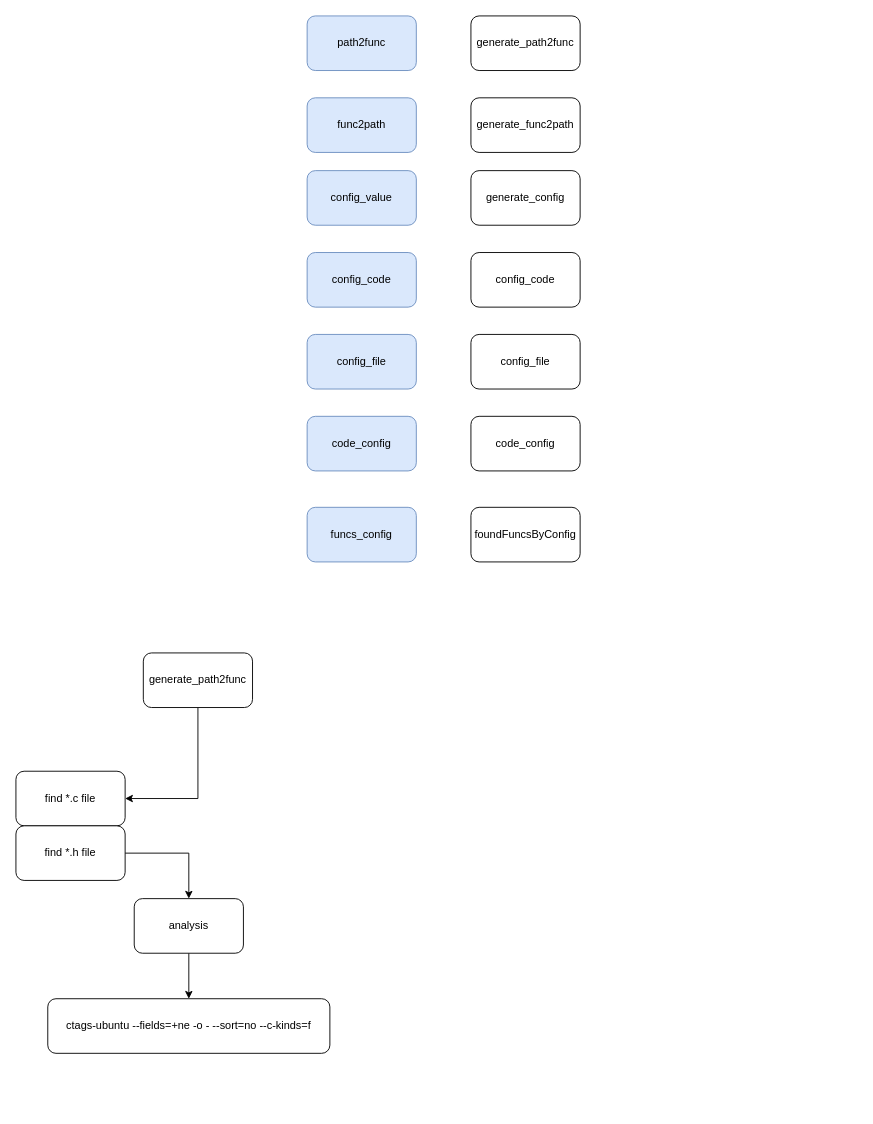
The draw.io diagram configExtract.drawio in hubblezzhu/frr_learning, before the edit. Source tidied: cells renumbered, new cells numbered last; positions are measured from the earlier drawing's top-left corner, leaving out a move shared by most shapes. Both pictures are drawn from the tidied source at 91%, with x=0, y=0 at pixel (15, 15).
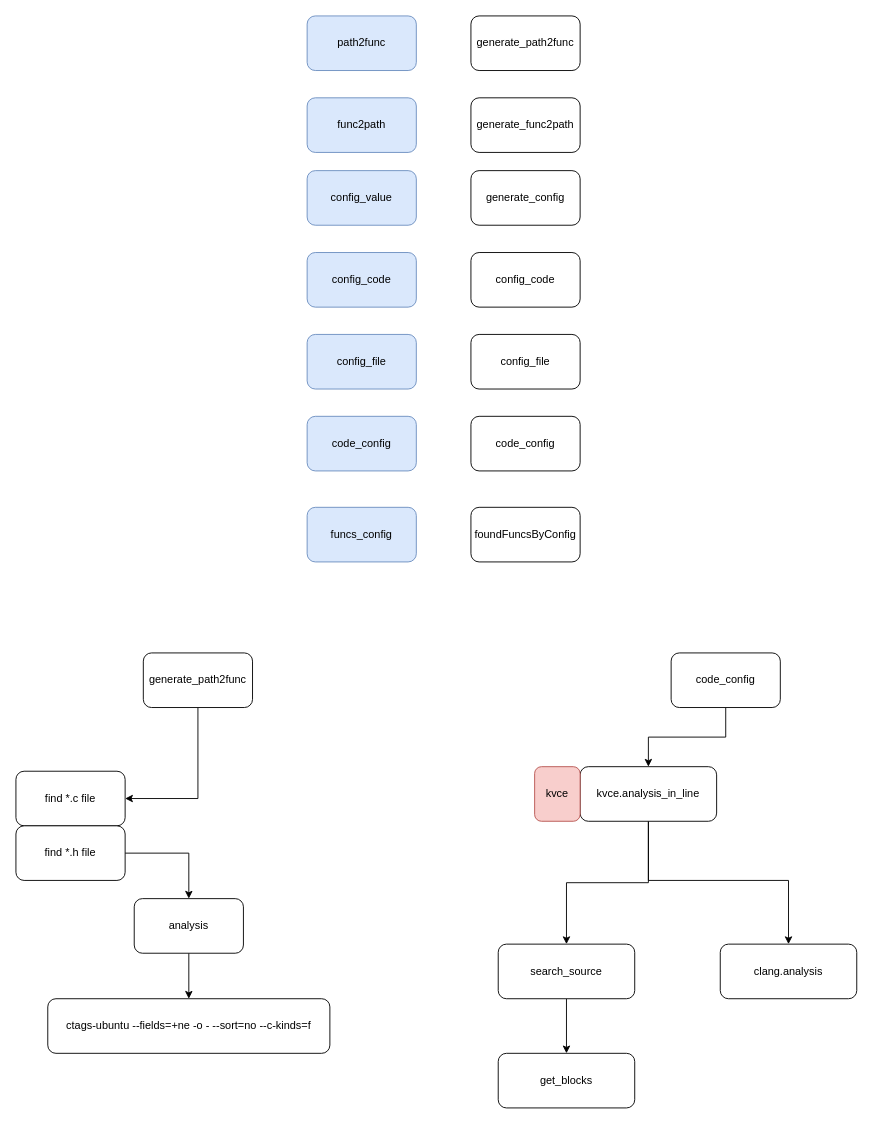
Above is the later version.

What changed in the source:
```diff
@@
+    <mxCell id="24" style="edgeStyle=orthogonalEdgeStyle;rounded=0;jettySize=auto;html=1;" parent="1" edge="1" source="25" target="28">
+      <mxGeometry relative="1" as="geometry" />
+    </mxCell>
+    <mxCell id="25" value="code_config" style="rounded=1;whiteSpace=wrap;html=1;" parent="1" vertex="1">
+      <mxGeometry x="720" y="700" width="120" height="60" as="geometry" />
+    </mxCell>
+    <mxCell id="26" style="edgeStyle=orthogonalEdgeStyle;rounded=0;jettySize=auto;html=1;" parent="1" edge="1" source="28" target="31">
+      <mxGeometry relative="1" as="geometry" />
+    </mxCell>
+    <mxCell id="27" style="edgeStyle=orthogonalEdgeStyle;rounded=0;jettySize=auto;html=1;" parent="1" edge="1" source="28" target="32">
+      <mxGeometry relative="1" as="geometry">
+        <Array as="points">
+          <mxPoint x="695" y="950" />
+          <mxPoint x="849" y="950" />
+        </Array>
+      </mxGeometry>
+    </mxCell>
+    <mxCell id="28" value="kvce.analysis_in_line" style="rounded=1;whiteSpace=wrap;html=1;" parent="1" vertex="1">
+      <mxGeometry x="620" y="825" width="150" height="60" as="geometry" />
+    </mxCell>
+    <mxCell id="29" value="kvce" style="rounded=1;whiteSpace=wrap;html=1;fillColor=#f8cecc;strokeColor=#b85450;" parent="1" vertex="1">
+      <mxGeometry x="570" y="825" width="50" height="60" as="geometry" />
+    </mxCell>
+    <mxCell id="30" style="edgeStyle=orthogonalEdgeStyle;rounded=0;jettySize=auto;html=1;" parent="1" edge="1" source="31" target="33">
+      <mxGeometry relative="1" as="geometry" />
+    </mxCell>
+    <mxCell id="31" value="search_source" style="rounded=1;whiteSpace=wrap;html=1;" parent="1" vertex="1">
+      <mxGeometry x="530" y="1020" width="150" height="60" as="geometry" />
+    </mxCell>
+    <mxCell id="32" value="clang.analysis" style="rounded=1;whiteSpace=wrap;html=1;" parent="1" vertex="1">
+      <mxGeometry x="774" y="1020" width="150" height="60" as="geometry" />
+    </mxCell>
+    <mxCell id="33" value="get_blocks" style="rounded=1;whiteSpace=wrap;html=1;" parent="1" vertex="1">
+      <mxGeometry x="530" y="1140" width="150" height="60" as="geometry" />
+    </mxCell>
```
